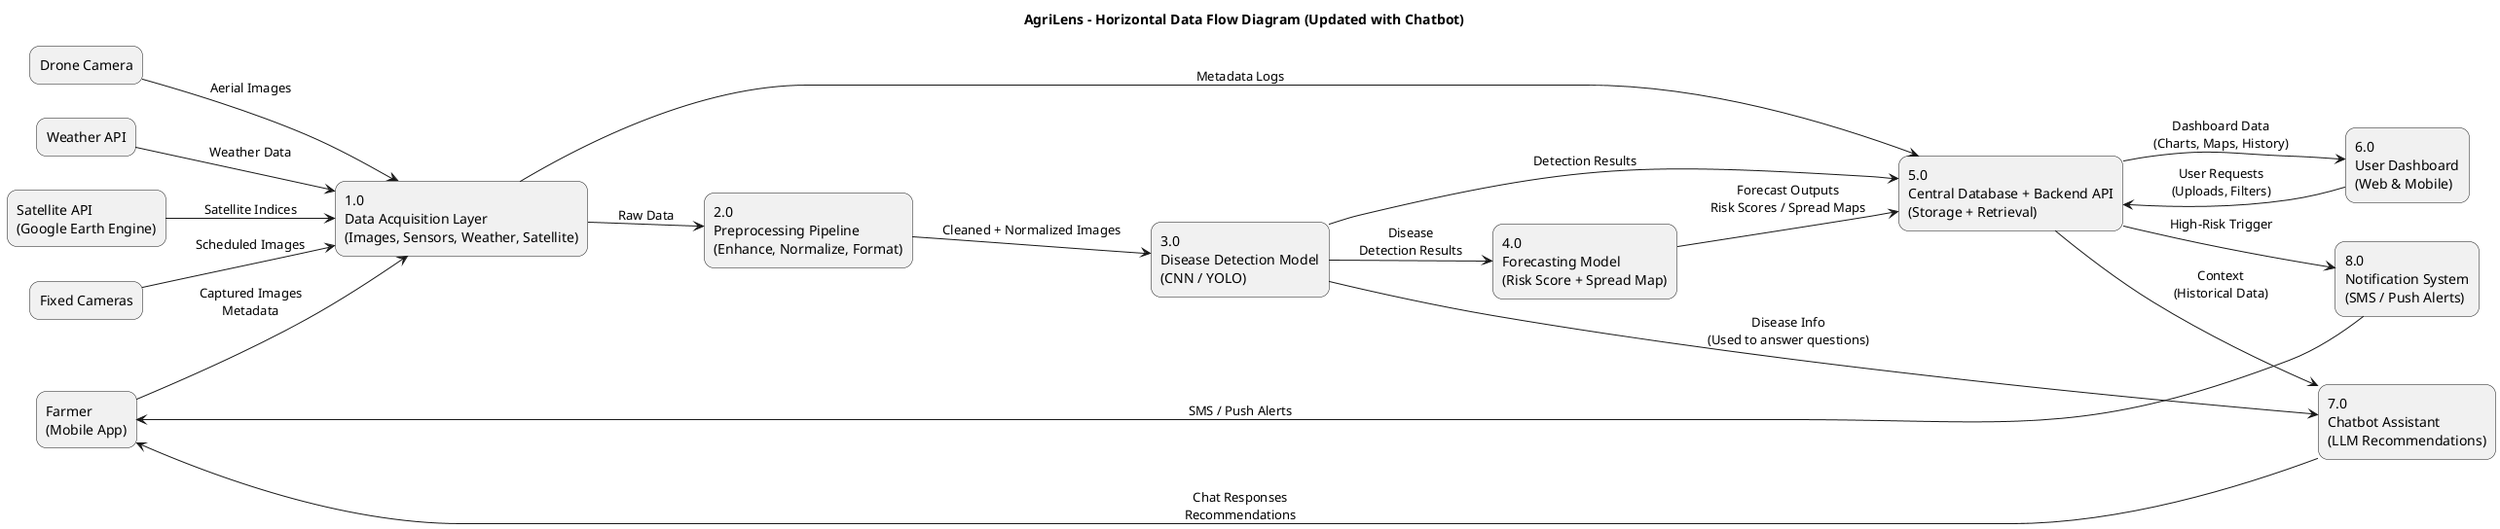
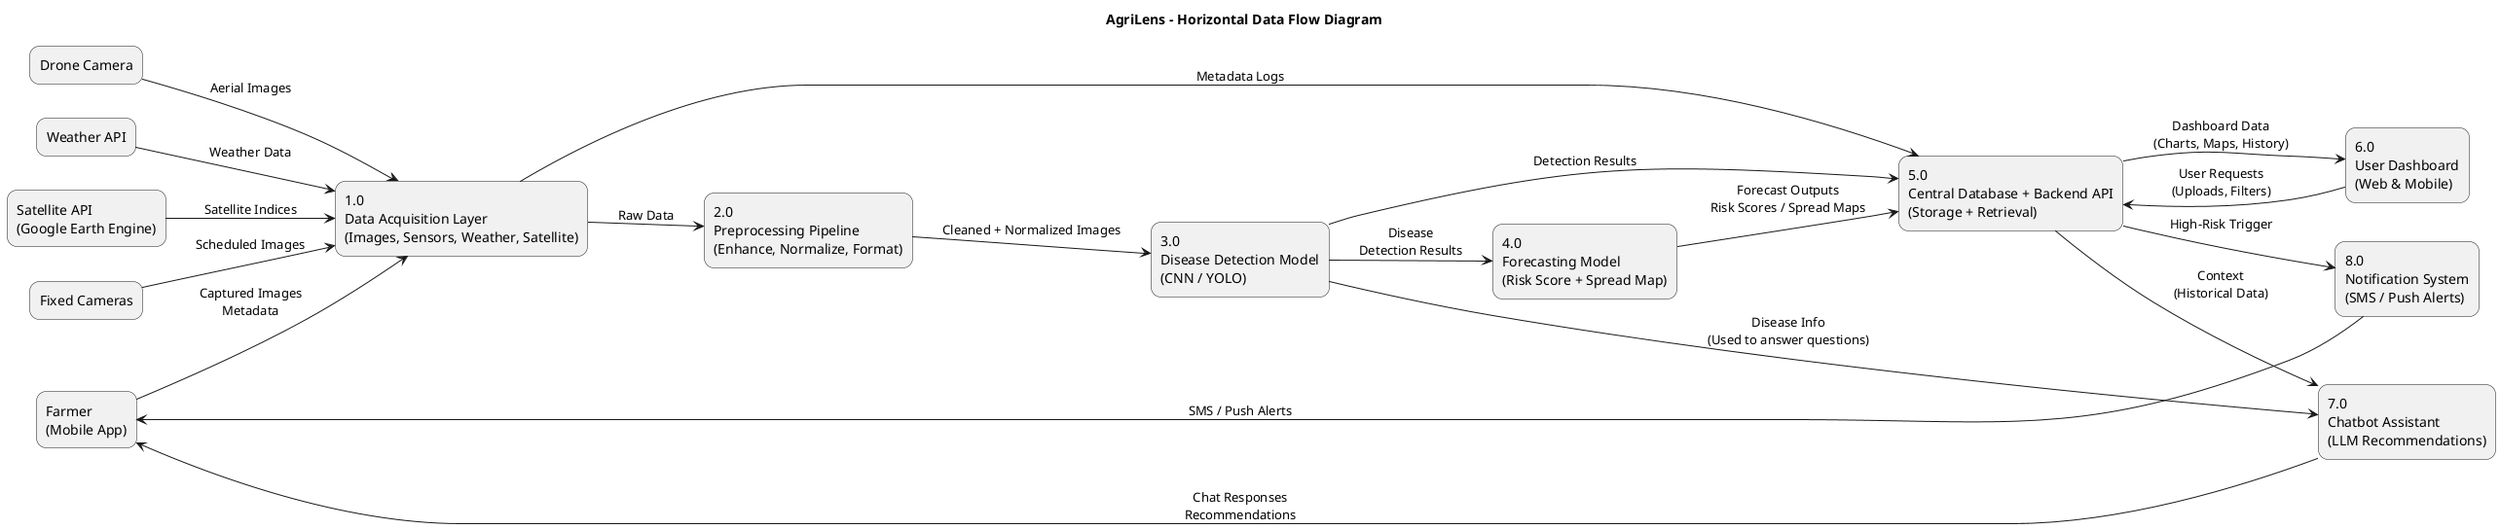
@startuml
- title AgriLens - Horizontal Data Flow Diagram (Updated with Chatbot)
+ title AgriLens - Horizontal Data Flow Diagram

left to right direction
skinparam rectangle {
    roundCorner 20
    shadowing false
}

' External Entities
rectangle "Farmer\n(Mobile App)" as Farmer
rectangle "Fixed Cameras" as FixedCam
rectangle "Drone Camera" as Drone
rectangle "Weather API" as Weather
rectangle "Satellite API\n(Google Earth Engine)" as Satellite

' Processes
rectangle "1.0\nData Acquisition Layer\n(Images, Sensors, Weather, Satellite)" as P1
rectangle "2.0\nPreprocessing Pipeline\n(Enhance, Normalize, Format)" as P2
rectangle "3.0\nDisease Detection Model\n(CNN / YOLO)" as P3
rectangle "4.0\nForecasting Model\n(Risk Score + Spread Map)" as P4
rectangle "5.0\nCentral Database + Backend API\n(Storage + Retrieval)" as P5
rectangle "6.0\nUser Dashboard\n(Web & Mobile)" as P6
rectangle "7.0\nChatbot Assistant\n(LLM Recommendations)" as P7
rectangle "8.0\nNotification System\n(SMS / Push Alerts)" as P8

' Flows from entities → P1
Farmer --> P1 : Captured Images\nMetadata
FixedCam --> P1 : Scheduled Images
Drone --> P1 : Aerial Images
Weather --> P1 : Weather Data
Satellite --> P1 : Satellite Indices

' Main flow
P1 --> P2 : Raw Data
P2 --> P3 : Cleaned + Normalized Images
P3 --> P4 : Disease\nDetection Results
P3 --> P7 : Disease Info\n(Used to answer questions)
P4 --> P5 : Forecast Outputs\nRisk Scores / Spread Maps
P3 --> P5 : Detection Results
P1 --> P5 : Metadata Logs
P5 --> P6 : Dashboard Data\n(Charts, Maps, History)
P6 --> P5 : User Requests\n(Uploads, Filters)
P5 --> P7 : Context\n(Historical Data)
P7 --> Farmer : Chat Responses\nRecommendations
P5 --> P8 : High-Risk Trigger
P8 --> Farmer : SMS / Push Alerts

@enduml
